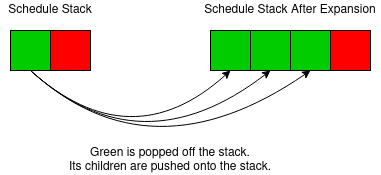
Above: docs/Wiki/Parallelisation/diagrams/rendered/singleThread.png in butterplup/Task-Scheduler (draw.io), before the change. Source tidied: cells renumbered, new cells last; positions are measured from the earlier drawing's top-left corner, leaving out a move shared by most shapes. Its diagram source:
```xml
<mxGraphModel>
  <root>
    <mxCell id="0" />
    <mxCell id="1" parent="0" />
    <mxCell id="2" style="whiteSpace=wrap;html=1;fillColor=#00CC00;" parent="1" vertex="1">
      <mxGeometry x="10" y="30" width="40" height="40" as="geometry" />
    </mxCell>
    <mxCell id="3" style="whiteSpace=wrap;html=1;fillColor=#FF0000;" parent="1" vertex="1">
      <mxGeometry x="50" y="30" width="40" height="40" as="geometry" />
    </mxCell>
    <mxCell id="4" style="whiteSpace=wrap;html=1;fillColor=#00CC00;" parent="1" vertex="1">
      <mxGeometry x="210" y="30" width="40" height="40" as="geometry" />
    </mxCell>
    <mxCell id="5" style="whiteSpace=wrap;html=1;fillColor=#00CC00;" parent="1" vertex="1">
      <mxGeometry x="250" y="30" width="40" height="40" as="geometry" />
    </mxCell>
    <mxCell id="6" style="whiteSpace=wrap;html=1;fillColor=#00CC00;" parent="1" vertex="1">
      <mxGeometry x="290" y="30" width="40" height="40" as="geometry" />
    </mxCell>
    <mxCell id="7" style="whiteSpace=wrap;html=1;fillColor=#FF0000;" parent="1" vertex="1">
      <mxGeometry x="330" y="30" width="40" height="40" as="geometry" />
    </mxCell>
    <mxCell id="8" value="Schedule Stack After Expansion" style="text;html=1;strokeColor=none;fillColor=none;align=center;verticalAlign=middle;whiteSpace=wrap;rounded=0;" parent="1" vertex="1">
      <mxGeometry x="200" width="180" height="20" as="geometry" />
    </mxCell>
    <mxCell id="9" value="Schedule Stack" style="text;html=1;strokeColor=none;fillColor=none;align=center;verticalAlign=middle;whiteSpace=wrap;rounded=0;" parent="1" vertex="1">
      <mxGeometry width="100" height="20" as="geometry" />
    </mxCell>
    <mxCell id="10" style="endArrow=classic;html=1;exitX=0.5;exitY=1;exitDx=0;exitDy=0;entryX=0.5;entryY=1;entryDx=0;entryDy=0;curved=1;" parent="1" edge="1" source="2" target="4">
      <mxGeometry relative="1" as="geometry">
        <Array as="points">
          <mxPoint x="130" y="160" />
        </Array>
      </mxGeometry>
    </mxCell>
    <mxCell id="11" style="endArrow=classic;html=1;exitX=0.5;exitY=1;exitDx=0;exitDy=0;entryX=0.5;entryY=1;entryDx=0;entryDy=0;curved=1;" parent="1" edge="1" source="2" target="5">
      <mxGeometry relative="1" as="geometry">
        <Array as="points">
          <mxPoint x="140" y="170" />
        </Array>
      </mxGeometry>
    </mxCell>
    <mxCell id="12" style="endArrow=classic;html=1;exitX=0.5;exitY=1;exitDx=0;exitDy=0;entryX=0.5;entryY=1;entryDx=0;entryDy=0;curved=1;" parent="1" edge="1" source="2" target="6">
      <mxGeometry relative="1" as="geometry">
        <Array as="points">
          <mxPoint x="150" y="180" />
        </Array>
      </mxGeometry>
    </mxCell>
    <mxCell id="13" value="&lt;div&gt;Green is popped off the stack.&lt;/div&gt;&lt;div align=&quot;left&quot;&gt;Its children are pushed onto the stack.&lt;br&gt;&lt;/div&gt;" style="text;html=1;strokeColor=none;fillColor=none;align=center;verticalAlign=middle;whiteSpace=wrap;rounded=0;" parent="1" vertex="1">
      <mxGeometry x="10" y="150" width="320" height="20" as="geometry" />
    </mxCell>
  </root>
</mxGraphModel>
```
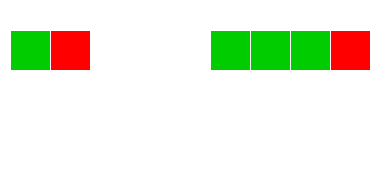
The same file after the commit.

What changed in the source:
```diff
@@ -2,52 +2,52 @@
   <root>
     <mxCell id="0" />
     <mxCell id="1" parent="0" />
-    <mxCell id="2" style="whiteSpace=wrap;html=1;fillColor=#00CC00;" parent="1" vertex="1">
+    <mxCell id="2" style="whiteSpace=wrap;html=1;fillColor=#00CC00;strokeColor=#FFFFFF;fontColor=#FFFFFF;" parent="1" vertex="1">
       <mxGeometry x="10" y="30" width="40" height="40" as="geometry" />
     </mxCell>
-    <mxCell id="3" style="whiteSpace=wrap;html=1;fillColor=#FF0000;" parent="1" vertex="1">
+    <mxCell id="3" style="whiteSpace=wrap;html=1;fillColor=#FF0000;strokeColor=#FFFFFF;fontColor=#FFFFFF;" parent="1" vertex="1">
       <mxGeometry x="50" y="30" width="40" height="40" as="geometry" />
     </mxCell>
-    <mxCell id="4" style="whiteSpace=wrap;html=1;fillColor=#00CC00;" parent="1" vertex="1">
+    <mxCell id="4" style="whiteSpace=wrap;html=1;fillColor=#00CC00;strokeColor=#FFFFFF;fontColor=#FFFFFF;" parent="1" vertex="1">
       <mxGeometry x="210" y="30" width="40" height="40" as="geometry" />
     </mxCell>
-    <mxCell id="5" style="whiteSpace=wrap;html=1;fillColor=#00CC00;" parent="1" vertex="1">
+    <mxCell id="5" style="whiteSpace=wrap;html=1;fillColor=#00CC00;strokeColor=#FFFFFF;fontColor=#FFFFFF;" parent="1" vertex="1">
       <mxGeometry x="250" y="30" width="40" height="40" as="geometry" />
     </mxCell>
-    <mxCell id="6" style="whiteSpace=wrap;html=1;fillColor=#00CC00;" parent="1" vertex="1">
+    <mxCell id="6" style="whiteSpace=wrap;html=1;fillColor=#00CC00;strokeColor=#FFFFFF;fontColor=#FFFFFF;" parent="1" vertex="1">
       <mxGeometry x="290" y="30" width="40" height="40" as="geometry" />
     </mxCell>
-    <mxCell id="7" style="whiteSpace=wrap;html=1;fillColor=#FF0000;" parent="1" vertex="1">
+    <mxCell id="7" style="whiteSpace=wrap;html=1;fillColor=#FF0000;strokeColor=#FFFFFF;fontColor=#FFFFFF;" parent="1" vertex="1">
       <mxGeometry x="330" y="30" width="40" height="40" as="geometry" />
     </mxCell>
-    <mxCell id="8" value="Schedule Stack After Expansion" style="text;html=1;strokeColor=none;fillColor=none;align=center;verticalAlign=middle;whiteSpace=wrap;rounded=0;" parent="1" vertex="1">
+    <mxCell id="8" value="Schedule Stack After Expansion" style="text;html=1;fillColor=none;align=center;verticalAlign=middle;whiteSpace=wrap;rounded=0;strokeColor=#FFFFFF;fontColor=#FFFFFF;" parent="1" vertex="1">
       <mxGeometry x="200" width="180" height="20" as="geometry" />
     </mxCell>
-    <mxCell id="9" value="Schedule Stack" style="text;html=1;strokeColor=none;fillColor=none;align=center;verticalAlign=middle;whiteSpace=wrap;rounded=0;" parent="1" vertex="1">
+    <mxCell id="9" value="Schedule Stack" style="text;html=1;fillColor=none;align=center;verticalAlign=middle;whiteSpace=wrap;rounded=0;strokeColor=#FFFFFF;fontColor=#FFFFFF;" parent="1" vertex="1">
       <mxGeometry width="100" height="20" as="geometry" />
     </mxCell>
-    <mxCell id="10" style="endArrow=classic;html=1;exitX=0.5;exitY=1;exitDx=0;exitDy=0;entryX=0.5;entryY=1;entryDx=0;entryDy=0;curved=1;" parent="1" edge="1" source="2" target="4">
+    <mxCell id="10" style="endArrow=classic;html=1;exitX=0.5;exitY=1;exitDx=0;exitDy=0;entryX=0.5;entryY=1;entryDx=0;entryDy=0;curved=1;strokeColor=#FFFFFF;fontColor=#FFFFFF;" parent="1" edge="1" source="2" target="4">
       <mxGeometry relative="1" as="geometry">
         <Array as="points">
           <mxPoint x="130" y="160" />
         </Array>
       </mxGeometry>
     </mxCell>
-    <mxCell id="11" style="endArrow=classic;html=1;exitX=0.5;exitY=1;exitDx=0;exitDy=0;entryX=0.5;entryY=1;entryDx=0;entryDy=0;curved=1;" parent="1" edge="1" source="2" target="5">
+    <mxCell id="11" style="endArrow=classic;html=1;exitX=0.5;exitY=1;exitDx=0;exitDy=0;entryX=0.5;entryY=1;entryDx=0;entryDy=0;curved=1;strokeColor=#FFFFFF;fontColor=#FFFFFF;" parent="1" edge="1" source="2" target="5">
       <mxGeometry relative="1" as="geometry">
         <Array as="points">
           <mxPoint x="140" y="170" />
         </Array>
       </mxGeometry>
     </mxCell>
-    <mxCell id="12" style="endArrow=classic;html=1;exitX=0.5;exitY=1;exitDx=0;exitDy=0;entryX=0.5;entryY=1;entryDx=0;entryDy=0;curved=1;" parent="1" edge="1" source="2" target="6">
+    <mxCell id="12" style="endArrow=classic;html=1;exitX=0.5;exitY=1;exitDx=0;exitDy=0;entryX=0.5;entryY=1;entryDx=0;entryDy=0;curved=1;strokeColor=#FFFFFF;fontColor=#FFFFFF;" parent="1" edge="1" source="2" target="6">
       <mxGeometry relative="1" as="geometry">
         <Array as="points">
           <mxPoint x="150" y="180" />
         </Array>
       </mxGeometry>
     </mxCell>
-    <mxCell id="13" value="&lt;div&gt;Green is popped off the stack.&lt;/div&gt;&lt;div align=&quot;left&quot;&gt;Its children are pushed onto the stack.&lt;br&gt;&lt;/div&gt;" style="text;html=1;strokeColor=none;fillColor=none;align=center;verticalAlign=middle;whiteSpace=wrap;rounded=0;" parent="1" vertex="1">
+    <mxCell id="13" value="&lt;div&gt;Green is popped off the stack.&lt;/div&gt;&lt;div align=&quot;left&quot;&gt;Its children are pushed onto the stack.&lt;br&gt;&lt;/div&gt;" style="text;html=1;fillColor=none;align=center;verticalAlign=middle;whiteSpace=wrap;rounded=0;strokeColor=#FFFFFF;fontColor=#FFFFFF;" parent="1" vertex="1">
       <mxGeometry x="10" y="150" width="320" height="20" as="geometry" />
     </mxCell>
   </root>
```
